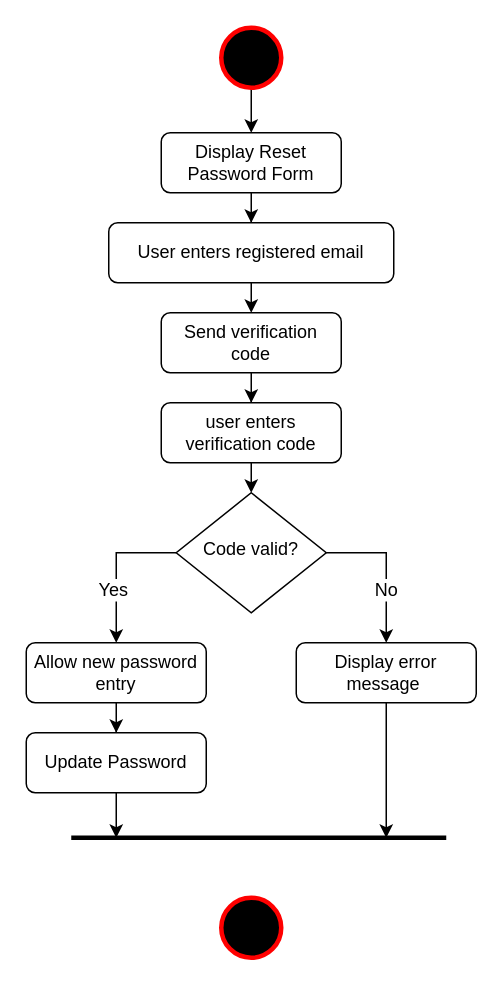
Before: page "Reset Password" (4 of 15) of Activity Diagram.drawio in shamim36/Final-Defence-Diagram, a draw.io diagram. Source tidied: cells renumbered, new cells numbered last; positions are measured from the earlier drawing's top-left corner, leaving out a move shared by most shapes. Both pictures are drawn from the tidied source at 150%, with x=0, y=0 at pixel (26, 27).
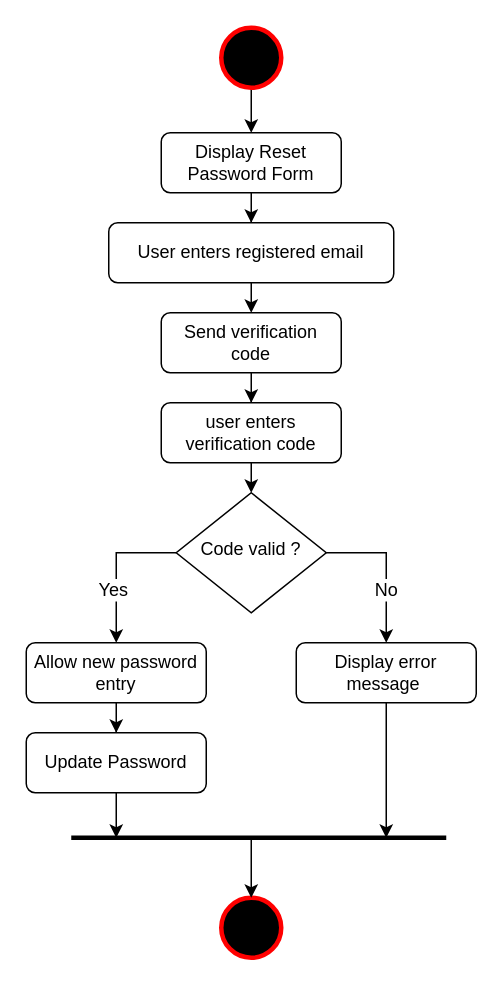
The same diagram, later.

The change refers to these unchanged cells:
```xml
<mxCell id="14" style="strokeWidth=3;html=1;shape=mxgraph.flowchart.start_2;whiteSpace=wrap;sketch=0;fillStyle=solid;strokeColor=light-dark(#FF0000,#EDEDED);align=center;verticalAlign=middle;fontFamily=Helvetica;fontSize=12;fontColor=default;fillColor=#000000;" parent="1" vertex="1">
  <mxGeometry x="130" y="580" width="40" height="40" as="geometry" />
</mxCell>
```

Diff of the diagram source:
```diff
@@
-    <mxCell id="8" value="Code valid?" style="rhombus;whiteSpace=wrap;html=1;shadow=0;fontFamily=Helvetica;fontSize=12;align=center;strokeWidth=1;spacing=6;spacingTop=-4;" parent="1" vertex="1">
+    <mxCell id="8" value="Code valid ?" style="rhombus;whiteSpace=wrap;html=1;shadow=0;fontFamily=Helvetica;fontSize=12;align=center;strokeWidth=1;spacing=6;spacingTop=-4;" parent="1" vertex="1">
       <mxGeometry x="100" y="310" width="100" height="80" as="geometry" />
     </mxCell>
@@
+    <mxCell id="25" style="endArrow=classic;html=1;rounded=0;fontFamily=Helvetica;fontSize=12;fontColor=default;entryX=0.5;entryY=0;entryDx=0;entryDy=0;entryPerimeter=0;" parent="1" edge="1" target="14">
+      <mxGeometry relative="1" as="geometry">
+        <mxPoint x="150" y="540" as="sourcePoint" />
+      </mxGeometry>
+    </mxCell>
```
